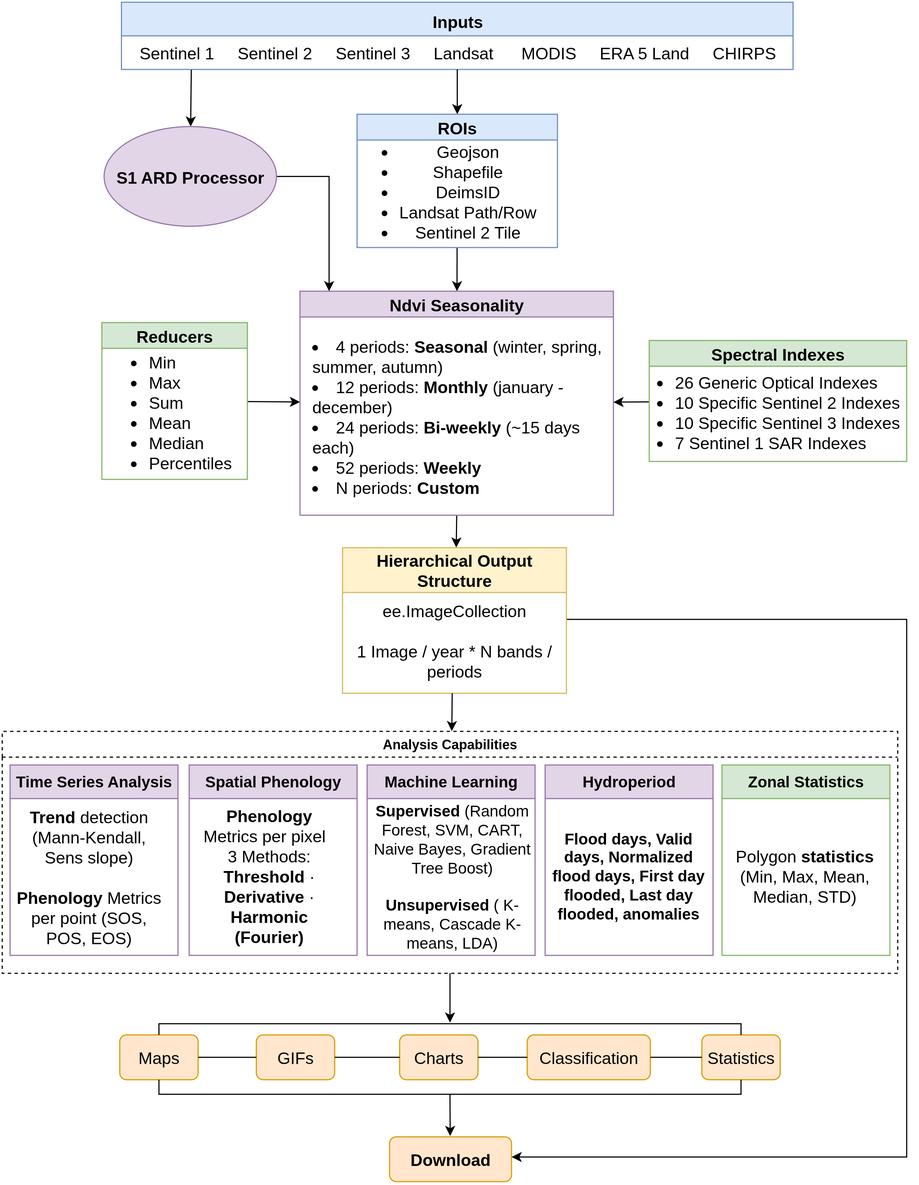
Above: paper/ndvi2gif_workflow.png in Digdgeo/Ndvi2Gif (draw.io), before the change. Source tidied: cells renumbered, new cells last; positions are measured from the earlier drawing's top-left corner, leaving out a move shared by most shapes.
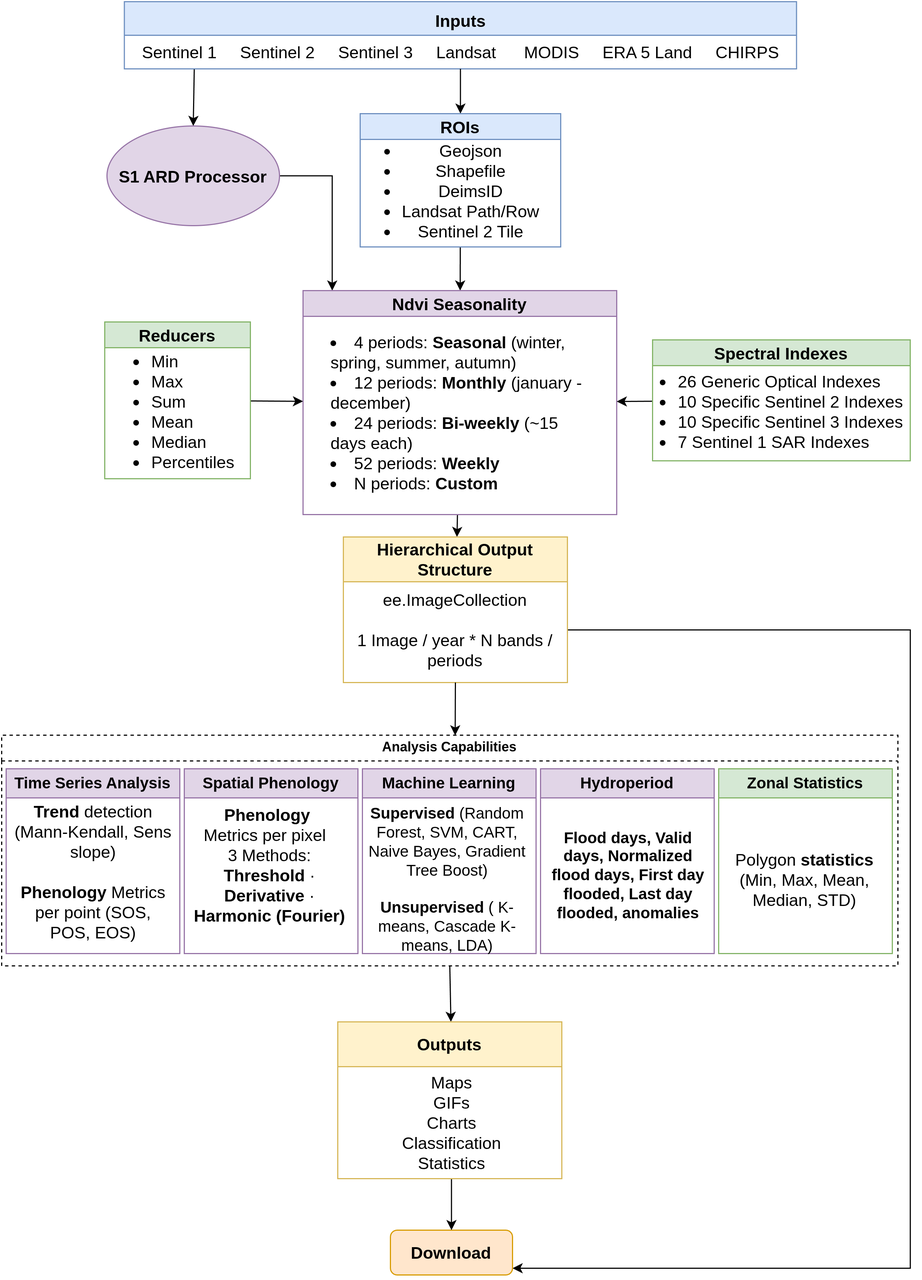
The same diagram one commit later.

Commit message:
Group outputs into a single box in the workflow figure (JOSS review #2)

What changed in the source:
```diff
@@ -33,14 +33,14 @@
     <mxCell id="10" value="&lt;b&gt;&lt;font style=&quot;font-size: 15px;&quot;&gt;S1 ARD Processor&lt;/font&gt;&lt;/b&gt;" style="ellipse;whiteSpace=wrap;html=1;fontSize=14;fillColor=#e1d5e7;strokeColor=#9673a6;" parent="1" vertex="1">
       <mxGeometry x="91" y="111" width="154" height="89" as="geometry" />
     </mxCell>
-    <mxCell id="11" style="edgeStyle=none;rounded=0;jettySize=auto;html=1;entryX=0.508;entryY=-0.001;entryDx=0;entryDy=0;entryPerimeter=0;exitX=0.5;exitY=1;exitDx=0;exitDy=0;" parent="1" edge="1" source="12" target="21">
+    <mxCell id="11" style="edgeStyle=none;rounded=0;jettySize=auto;html=1;" parent="1" edge="1" source="12" target="21">
       <mxGeometry relative="1" as="geometry" />
     </mxCell>
     <mxCell id="12" value="&lt;font style=&quot;font-size: 15px;&quot;&gt;Ndvi Seasonality&lt;/font&gt;" style="swimlane;whiteSpace=wrap;html=1;fillColor=#e1d5e7;strokeColor=#9673a6;" parent="1" vertex="1">
       <mxGeometry x="266" y="258" width="280" height="200" as="geometry" />
     </mxCell>
     <mxCell id="13" value="&lt;li class=&quot;whitespace-normal break-words pl-2&quot;&gt;4 periods: &lt;b&gt;Seasonal&lt;/b&gt; (winter, spring, summer, autumn)&lt;/li&gt;&lt;li class=&quot;whitespace-normal break-words pl-2&quot;&gt;12 periods: &lt;b&gt;Monthly&lt;/b&gt; (january - december)&lt;/li&gt;&lt;li class=&quot;whitespace-normal break-words pl-2&quot;&gt;24 periods: &lt;b&gt;Bi-weekly&lt;/b&gt; (~15 days each)&lt;/li&gt;&lt;li class=&quot;whitespace-normal break-words pl-2&quot;&gt;52 periods: &lt;b&gt;Weekly&lt;/b&gt;&lt;/li&gt;&lt;li class=&quot;whitespace-normal break-words pl-2&quot;&gt;N periods: &lt;b&gt;Custom&lt;/b&gt;&lt;/li&gt;" style="text;html=1;whiteSpace=wrap;strokeColor=none;fillColor=none;align=left;verticalAlign=middle;rounded=0;fontSize=15;" parent="12" vertex="1">
-      <mxGeometry x="9" y="33.5" width="262" height="157" as="geometry" />
+      <mxGeometry x="23" y="30.5" width="240" height="157" as="geometry" />
     </mxCell>
     <mxCell id="14" style="edgeStyle=none;rounded=0;jettySize=auto;html=1;endArrow=classic;endFill=1;startArrow=none;startFill=0;" parent="1" edge="1" source="15" target="12">
       <mxGeometry relative="1" as="geometry" />
@@ -60,118 +60,73 @@
     <mxCell id="19" value="&lt;ul&gt;&lt;li&gt;26 Generic Optical Indexes&lt;/li&gt;&lt;li&gt;10 Specific Sentinel 2 Indexes&lt;/li&gt;&lt;li&gt;10 Specific Sentinel 3 Indexes&lt;/li&gt;&lt;li&gt;7 Sentinel 1 SAR Indexes&amp;nbsp;&lt;/li&gt;&lt;/ul&gt;" style="text;html=1;whiteSpace=wrap;strokeColor=none;fillColor=none;align=left;verticalAlign=middle;rounded=0;fontSize=15;" parent="18" vertex="1">
       <mxGeometry x="-19" y="5" width="250" height="117" as="geometry" />
     </mxCell>
-    <mxCell id="20" style="edgeStyle=orthogonalEdgeStyle;rounded=0;jettySize=auto;html=1;exitX=1;exitY=0.5;exitDx=0;exitDy=0;" parent="1" edge="1" source="21">
+    <mxCell id="20" style="edgeStyle=orthogonalEdgeStyle;rounded=0;jettySize=auto;html=1;" parent="1" edge="1" target="38">
       <mxGeometry relative="1" as="geometry">
-        <mxPoint x="455" y="1032" as="targetPoint" />
+        <mxPoint x="502" y="561" as="sourcePoint" />
         <Array as="points">
-          <mxPoint x="808" y="551" />
-          <mxPoint x="808" y="1031" />
-          <mxPoint x="455" y="1031" />
+          <mxPoint x="808" y="561" />
+          <mxPoint x="808" y="1131" />
         </Array>
       </mxGeometry>
     </mxCell>
     <mxCell id="21" value="&lt;font style=&quot;font-size: 15px;&quot;&gt;Hierarchical Output Structure&lt;/font&gt;" style="swimlane;whiteSpace=wrap;html=1;align=center;startSize=40;fillColor=#fff2cc;strokeColor=#d6b656;" parent="1" vertex="1">
-      <mxGeometry x="304" y="487" width="200" height="130" as="geometry" />
+      <mxGeometry x="302" y="478" width="200" height="130" as="geometry" />
     </mxCell>
     <mxCell id="22" value="&lt;font&gt;ee.ImageCollection&lt;/font&gt;&lt;div&gt;&lt;font&gt;&lt;br&gt;&lt;/font&gt;&lt;/div&gt;&lt;div&gt;&lt;font&gt;1 Image / year * N bands / periods&lt;/font&gt;&lt;/div&gt;" style="text;html=1;whiteSpace=wrap;strokeColor=none;fillColor=none;align=center;verticalAlign=middle;rounded=0;fontSize=15;" parent="21" vertex="1">
       <mxGeometry x="10" y="53" width="180" height="60" as="geometry" />
     </mxCell>
     <mxCell id="23" value="Analysis Capabilities" style="swimlane;whiteSpace=wrap;html=1;dashed=1;" parent="1" vertex="1">
-      <mxGeometry y="651" width="800" height="216" as="geometry" />
+      <mxGeometry x="-3" y="655" width="800" height="206" as="geometry" />
     </mxCell>
-    <mxCell id="24" value="&lt;font style=&quot;font-size: 14px;&quot;&gt;Time Series Analysis&lt;/font&gt;" style="swimlane;whiteSpace=wrap;html=1;startSize=30;fillColor=#e1d5e7;strokeColor=#9673a6;" parent="23" vertex="1">
-      <mxGeometry x="7" y="30" width="150" height="170" as="geometry" />
+    <mxCell id="24" value="&lt;font style=&quot;font-size: 14px;&quot;&gt;Time Series Analysis&lt;/font&gt;" style="swimlane;whiteSpace=wrap;html=1;startSize=26;fillColor=#e1d5e7;strokeColor=#9673a6;" parent="23" vertex="1">
+      <mxGeometry x="4" y="30" width="155" height="165" as="geometry" />
     </mxCell>
-    <mxCell id="25" value="&lt;font style=&quot;font-size: 14px;&quot;&gt;Machine Learning&lt;/font&gt;" style="swimlane;whiteSpace=wrap;html=1;fillColor=#e1d5e7;strokeColor=#9673a6;startSize=30;" parent="23" vertex="1">
-      <mxGeometry x="326" y="30" width="150" height="170" as="geometry" />
+    <mxCell id="25" value="&lt;font style=&quot;font-size: 14px;&quot;&gt;Machine Learning&lt;/font&gt;" style="swimlane;whiteSpace=wrap;html=1;fillColor=#e1d5e7;strokeColor=#9673a6;startSize=26;" parent="23" vertex="1">
+      <mxGeometry x="322" y="30" width="155" height="165" as="geometry" />
     </mxCell>
     <mxCell id="26" value="&lt;b&gt;Supervised&lt;/b&gt; (Random Forest, SVM, CART, Naive Bayes, Gradient Tree Boost)&lt;div&gt;&lt;br&gt;&lt;/div&gt;&lt;div&gt;&lt;b&gt;Unsupervised&lt;/b&gt; ( K-means, Cascade K-means, LDA)&lt;/div&gt;" style="text;html=1;whiteSpace=wrap;strokeColor=none;fillColor=none;align=center;verticalAlign=middle;rounded=0;fontSize=14;" parent="25" vertex="1">
-      <mxGeometry x="1" y="40" width="150" height="120" as="geometry" />
+      <mxGeometry x="0.5" y="39" width="150" height="120" as="geometry" />
     </mxCell>
-    <mxCell id="27" value="&lt;font style=&quot;font-size: 14px;&quot;&gt;Zonal Statistics&lt;/font&gt;" style="swimlane;whiteSpace=wrap;html=1;fillColor=#d5e8d4;strokeColor=#82b366;startSize=30;" parent="23" vertex="1">
-      <mxGeometry x="643" y="30" width="150" height="170" as="geometry" />
+    <mxCell id="27" value="&lt;font style=&quot;font-size: 14px;&quot;&gt;Zonal Statistics&lt;/font&gt;" style="swimlane;whiteSpace=wrap;html=1;fillColor=#d5e8d4;strokeColor=#82b366;startSize=26;" parent="23" vertex="1">
+      <mxGeometry x="640" y="30" width="155" height="165" as="geometry" />
     </mxCell>
     <mxCell id="28" value="Polygon &lt;b&gt;statistics&lt;/b&gt; (Min, Max, Mean, Median, STD)" style="text;html=1;whiteSpace=wrap;strokeColor=none;fillColor=none;align=center;verticalAlign=middle;rounded=0;fontSize=15;" parent="27" vertex="1">
-      <mxGeometry x="4" y="49" width="140" height="100" as="geometry" />
+      <mxGeometry x="7" y="49" width="140" height="100" as="geometry" />
     </mxCell>
-    <mxCell id="29" value="&lt;font style=&quot;font-size: 14px;&quot;&gt;Hydroperiod&lt;/font&gt;" style="swimlane;whiteSpace=wrap;html=1;fillColor=#e1d5e7;strokeColor=#9673a6;startSize=30;" parent="23" vertex="1">
-      <mxGeometry x="485" y="30" width="150" height="170" as="geometry" />
+    <mxCell id="29" value="&lt;font style=&quot;font-size: 14px;&quot;&gt;Hydroperiod&lt;/font&gt;" style="swimlane;whiteSpace=wrap;html=1;fillColor=#e1d5e7;strokeColor=#9673a6;startSize=26;" parent="23" vertex="1">
+      <mxGeometry x="481" y="30" width="155" height="165" as="geometry" />
     </mxCell>
     <mxCell id="30" value="&lt;b&gt;Flood days, Valid days, Normalized flood days, First day flooded, Last day flooded, anomalies&lt;/b&gt;" style="text;html=1;whiteSpace=wrap;strokeColor=none;fillColor=none;align=center;verticalAlign=middle;rounded=0;fontSize=14;" parent="29" vertex="1">
-      <mxGeometry x="3" y="39" width="143" height="120" as="geometry" />
+      <mxGeometry x="7" y="35" width="143" height="120" as="geometry" />
     </mxCell>
-    <mxCell id="31" value="&lt;font style=&quot;font-size: 14px;&quot;&gt;Spatial Phenology&lt;/font&gt;" style="swimlane;whiteSpace=wrap;html=1;startSize=30;fillColor=#e1d5e7;strokeColor=#9673a6;" parent="23" vertex="1">
-      <mxGeometry x="167" y="30" width="150" height="170" as="geometry" />
+    <mxCell id="31" value="&lt;font style=&quot;font-size: 14px;&quot;&gt;Spatial Phenology&lt;/font&gt;" style="swimlane;whiteSpace=wrap;html=1;startSize=26;fillColor=#e1d5e7;strokeColor=#9673a6;" parent="23" vertex="1">
+      <mxGeometry x="163" y="30" width="155" height="165" as="geometry" />
     </mxCell>
-    <mxCell id="32" value="&lt;b&gt;Phenology&lt;/b&gt; Metrics per pixel&amp;nbsp;&amp;nbsp;&lt;div&gt;&lt;span style=&quot;background-color: transparent; color: light-dark(rgb(0, 0, 0), rgb(255, 255, 255));&quot;&gt;3 Methods:&lt;/span&gt;&lt;div&gt;&lt;b&gt;Threshold&lt;/b&gt; · &lt;b&gt;Derivative&lt;/b&gt; · &lt;b&gt;Harmonic (Fourier)&lt;/b&gt;&lt;/div&gt;&lt;/div&gt;" style="text;whiteSpace=wrap;html=1;fontSize=15;align=center;" parent="31" vertex="1">
-      <mxGeometry x="7" y="30" width="129" height="138" as="geometry" />
+    <mxCell id="32" value="&lt;b&gt;Phenology&lt;/b&gt;&amp;nbsp;&lt;div&gt;Metrics per pixel&amp;nbsp;&amp;nbsp;&lt;div&gt;&lt;span style=&quot;background-color: transparent; color: light-dark(rgb(0, 0, 0), rgb(255, 255, 255));&quot;&gt;3 Methods:&lt;/span&gt;&lt;div&gt;&lt;b&gt;Threshold&lt;/b&gt; · &lt;b&gt;Derivative&lt;/b&gt; · &lt;b&gt;Harmonic (Fourier)&lt;/b&gt;&lt;/div&gt;&lt;/div&gt;&lt;/div&gt;" style="text;whiteSpace=wrap;html=1;fontSize=15;align=center;" parent="31" vertex="1">
+      <mxGeometry x="2" y="26" width="149" height="116" as="geometry" />
     </mxCell>
-    <mxCell id="33" value="Maps" style="rounded=1;whiteSpace=wrap;html=1;fontSize=15;fillColor=#ffe6cc;strokeColor=#d79b00;" parent="1" vertex="1">
-      <mxGeometry x="105" y="922" width="70" height="40" as="geometry" />
-    </mxCell>
-    <mxCell id="34" value="GIFs" style="rounded=1;whiteSpace=wrap;html=1;fontSize=15;fillColor=#ffe6cc;strokeColor=#d79b00;" parent="1" vertex="1">
-      <mxGeometry x="227" y="922" width="70" height="40" as="geometry" />
-    </mxCell>
-    <mxCell id="35" value="Charts" style="rounded=1;whiteSpace=wrap;html=1;fontSize=15;fillColor=#ffe6cc;strokeColor=#d79b00;" parent="1" vertex="1">
-      <mxGeometry x="355" y="922" width="70" height="40" as="geometry" />
-    </mxCell>
-    <mxCell id="36" value="Classification" style="rounded=1;whiteSpace=wrap;html=1;fontSize=15;fillColor=#ffe6cc;strokeColor=#d79b00;" parent="1" vertex="1">
-      <mxGeometry x="469" y="922" width="110" height="40" as="geometry" />
-    </mxCell>
-    <mxCell id="37" value="Statistics" style="rounded=1;whiteSpace=wrap;html=1;fontSize=15;fillColor=#ffe6cc;strokeColor=#d79b00;" parent="1" vertex="1">
-      <mxGeometry x="625" y="922" width="70" height="40" as="geometry" />
-    </mxCell>
     <mxCell id="38" value="&lt;b&gt;Download&lt;/b&gt;" style="rounded=1;whiteSpace=wrap;html=1;fontSize=15;fillColor=#ffe6cc;strokeColor=#d79b00;" parent="1" vertex="1">
-      <mxGeometry x="346" y="1013" width="109" height="40" as="geometry" />
+      <mxGeometry x="344" y="1097" width="109" height="40" as="geometry" />
     </mxCell>
     <mxCell id="39" value="&lt;b&gt;Trend&lt;/b&gt; detection (Mann-Kendall, Sens slope)&lt;div&gt;&lt;br&gt;&lt;/div&gt;&lt;div&gt;&lt;b&gt;Phenology&lt;/b&gt; Metrics per point (SOS, POS, EOS)&lt;/div&gt;" style="text;html=1;whiteSpace=wrap;strokeColor=none;fillColor=none;align=center;verticalAlign=middle;rounded=0;fontSize=15;" parent="1" vertex="1">
-      <mxGeometry x="7" y="740" width="141" height="82" as="geometry" />
+      <mxGeometry x="7" y="722" width="144" height="110" as="geometry" />
     </mxCell>
-    <mxCell id="40" style="endArrow=none;html=1;rounded=0;exitX=0.506;exitY=-0.019;exitDx=0;exitDy=0;exitPerimeter=0;endFill=0;startArrow=classic;startFill=1;" parent="1" edge="1">
-      <mxGeometry relative="1" as="geometry">
-        <mxPoint x="400.2" y="1012.2" as="sourcePoint" />
-        <mxPoint x="400" y="975" as="targetPoint" />
-      </mxGeometry>
+    <mxCell id="40" style="endArrow=none;html=1;rounded=0;exitX=0.5;exitY=0;exitDx=0;exitDy=0;endFill=0;startArrow=classic;startFill=1;entryX=0.5;entryY=1;entryDx=0;entryDy=0;" parent="1" edge="1" source="38" target="50">
+      <mxGeometry relative="1" as="geometry" />
     </mxCell>
-    <mxCell id="41" style="endArrow=none;html=1;rounded=0;startArrow=none;startFill=0;endFill=0;edgeStyle=orthogonalEdgeStyle;exitX=0.5;exitY=0;exitDx=0;exitDy=0;entryX=0.5;entryY=0;entryDx=0;entryDy=0;" parent="1" edge="1" source="33" target="37">
-      <mxGeometry relative="1" as="geometry">
-        <Array as="points">
-          <mxPoint x="140" y="912" />
-          <mxPoint x="660" y="912" />
-        </Array>
-      </mxGeometry>
-    </mxCell>
     <mxCell id="42" style="edgeStyle=none;rounded=0;jettySize=auto;html=1;exitX=0.5;exitY=1;exitDx=0;exitDy=0;" parent="1" edge="1" source="23">
       <mxGeometry relative="1" as="geometry">
-        <mxPoint x="400" y="911" as="targetPoint" />
+        <mxPoint x="398" y="911" as="targetPoint" />
       </mxGeometry>
     </mxCell>
-    <mxCell id="43" style="endArrow=none;html=1;rounded=0;startArrow=none;startFill=0;endFill=0;edgeStyle=orthogonalEdgeStyle;" parent="1" edge="1">
-      <mxGeometry relative="1" as="geometry">
-        <mxPoint x="140" y="962" as="sourcePoint" />
-        <mxPoint x="660" y="962" as="targetPoint" />
-        <Array as="points">
-          <mxPoint x="140" y="975" />
-          <mxPoint x="660" y="975" />
-        </Array>
-      </mxGeometry>
-    </mxCell>
-    <mxCell id="44" style="endArrow=none;html=1;rounded=0;exitX=1;exitY=0.5;exitDx=0;exitDy=0;entryX=0;entryY=0.5;entryDx=0;entryDy=0;" parent="1" edge="1" source="33" target="34">
-      <mxGeometry relative="1" as="geometry" />
-    </mxCell>
-    <mxCell id="45" style="endArrow=none;html=1;rounded=0;exitX=1;exitY=0.5;exitDx=0;exitDy=0;entryX=0;entryY=0.5;entryDx=0;entryDy=0;" parent="1" edge="1" source="34" target="35">
-      <mxGeometry relative="1" as="geometry" />
-    </mxCell>
-    <mxCell id="46" style="endArrow=none;html=1;rounded=0;exitX=1;exitY=0.5;exitDx=0;exitDy=0;entryX=0;entryY=0.5;entryDx=0;entryDy=0;" parent="1" edge="1" source="35" target="36">
-      <mxGeometry relative="1" as="geometry" />
-    </mxCell>
-    <mxCell id="47" style="endArrow=none;html=1;rounded=0;exitX=1;exitY=0.5;exitDx=0;exitDy=0;" parent="1" edge="1" source="36" target="37">
-      <mxGeometry relative="1" as="geometry" />
-    </mxCell>
-    <mxCell id="48" style="edgeStyle=none;rounded=0;jettySize=auto;html=1;entryX=0.502;entryY=-0.001;entryDx=0;entryDy=0;entryPerimeter=0;" parent="1" edge="1" target="23">
-      <mxGeometry relative="1" as="geometry">
-        <mxPoint x="402" y="617" as="sourcePoint" />
-      </mxGeometry>
+    <mxCell id="48" style="edgeStyle=none;rounded=0;jettySize=auto;html=1;entryX=0.506;entryY=0.001;entryDx=0;entryDy=0;entryPerimeter=0;exitX=0.5;exitY=1;exitDx=0;exitDy=0;" parent="1" edge="1" source="21" target="23">
+      <mxGeometry relative="1" as="geometry" />
     </mxCell>
+    <mxCell id="49" value="&lt;font style=&quot;font-size: 15px;&quot;&gt;Outputs&lt;/font&gt;" style="swimlane;whiteSpace=wrap;html=1;align=center;startSize=40;fillColor=#fff2cc;strokeColor=#d6b656;" parent="1" vertex="1">
+      <mxGeometry x="297" y="911" width="200" height="140" as="geometry" />
+    </mxCell>
+    <mxCell id="50" value="Maps&lt;div&gt;GIFs&lt;/div&gt;&lt;div&gt;Charts&lt;/div&gt;&lt;div&gt;Classification&lt;/div&gt;&lt;div&gt;Statistics&lt;/div&gt;" style="text;html=1;whiteSpace=wrap;strokeColor=none;fillColor=none;align=center;verticalAlign=middle;rounded=0;fontSize=15;" parent="49" vertex="1">
+      <mxGeometry x="11.5" y="40" width="180" height="100" as="geometry" />
+    </mxCell>
   </root>
 </mxGraphModel>
```
